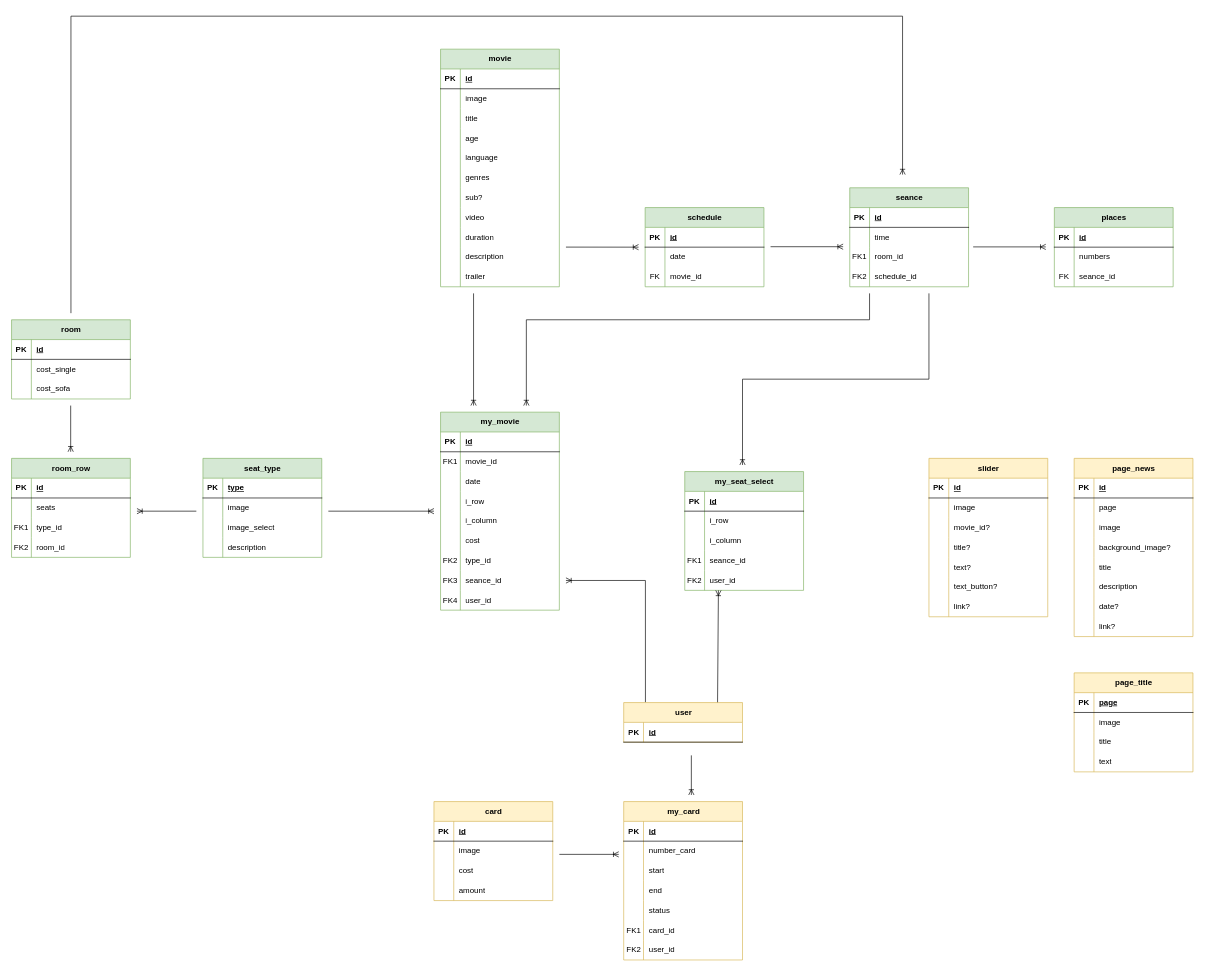
This is backend/Диаграмма классов.drawio from DeeMooR/Silver-Screen, a draw.io file, before an edit. Source tidied: cells renumbered, new cells numbered last; positions are measured from the earlier drawing's top-left corner, leaving out a move shared by most shapes. Both pictures are drawn from the tidied source at 66%, with x=0, y=0 at pixel (11, 16).
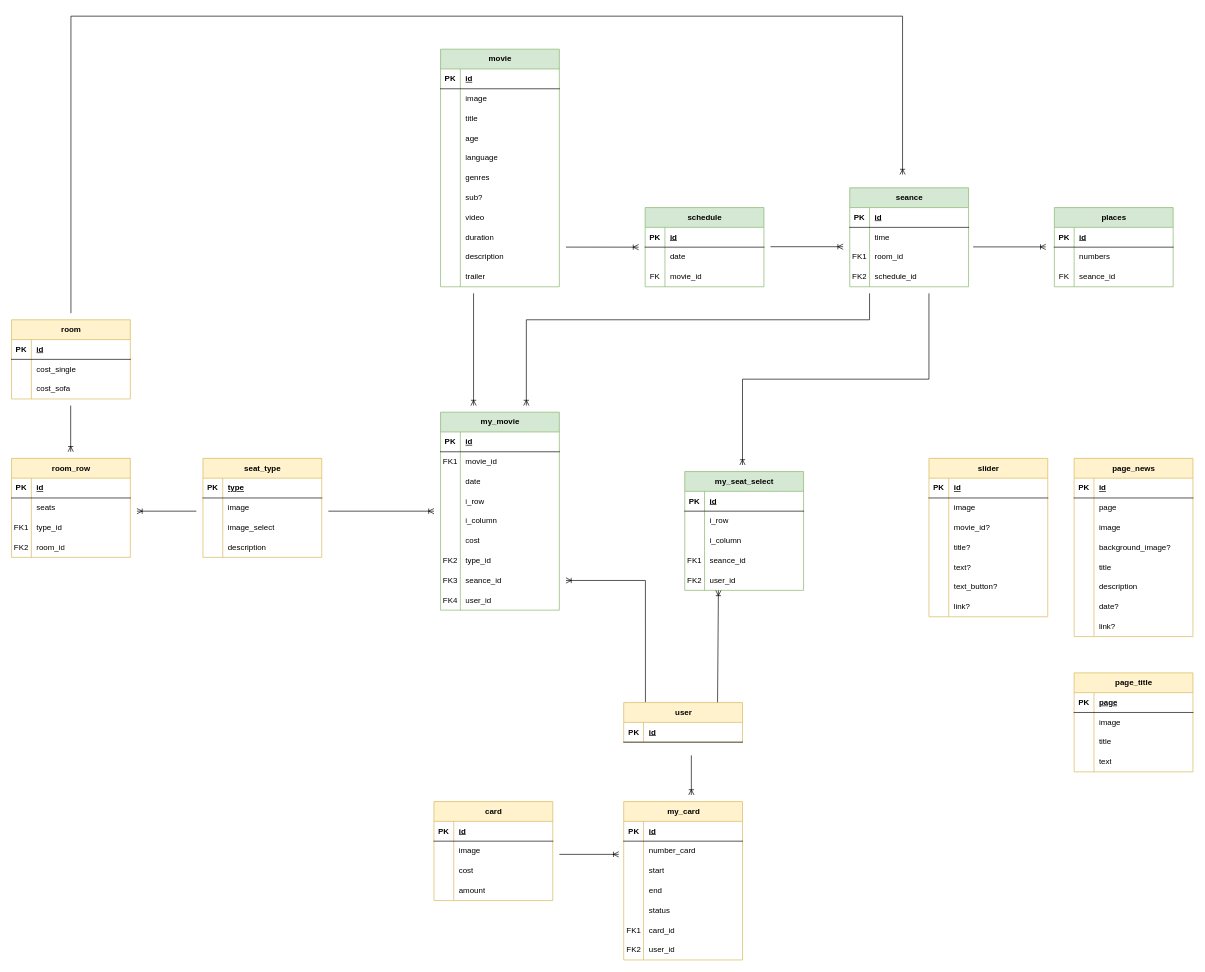
After the change.

Commit message (it also covers changes not shown here):
changed receiving for room, room_row, seat_type

The edit, as a diff of the source:
```diff
@@
-    <mxCell id="85" value="seat_type" style="shape=table;startSize=30;childLayout=tableLayout;rowLines=0;fontStyle=1;align=center;html=1;fillColor=#d5e8d4;strokeColor=#82b366;" parent="1" vertex="1">
+    <mxCell id="85" value="seat_type" style="shape=table;startSize=30;childLayout=tableLayout;rowLines=0;fontStyle=1;align=center;html=1;fillColor=#fff2cc;strokeColor=#d6b656;" parent="1" vertex="1">
       <mxGeometry x="290" y="670" width="180" height="150" as="geometry" />
     </mxCell>
@@
-    <mxCell id="158" value="room" style="shape=table;startSize=30;childLayout=tableLayout;rowLines=0;fontStyle=1;align=center;html=1;fillColor=#d5e8d4;strokeColor=#82b366;" parent="1" vertex="1">
+    <mxCell id="158" value="room" style="shape=table;startSize=30;childLayout=tableLayout;rowLines=0;fontStyle=1;align=center;html=1;fillColor=#fff2cc;strokeColor=#d6b656;" parent="1" vertex="1">
       <mxGeometry y="460" width="180" height="120" as="geometry" />
     </mxCell>
@@
-    <mxCell id="168" value="room_row" style="shape=table;startSize=30;childLayout=tableLayout;rowLines=0;fontStyle=1;align=center;html=1;fillColor=#d5e8d4;strokeColor=#82b366;" parent="1" vertex="1">
+    <mxCell id="168" value="room_row" style="shape=table;startSize=30;childLayout=tableLayout;rowLines=0;fontStyle=1;align=center;html=1;fillColor=#fff2cc;strokeColor=#d6b656;" parent="1" vertex="1">
       <mxGeometry y="670" width="180" height="150" as="geometry" />
     </mxCell>
```
